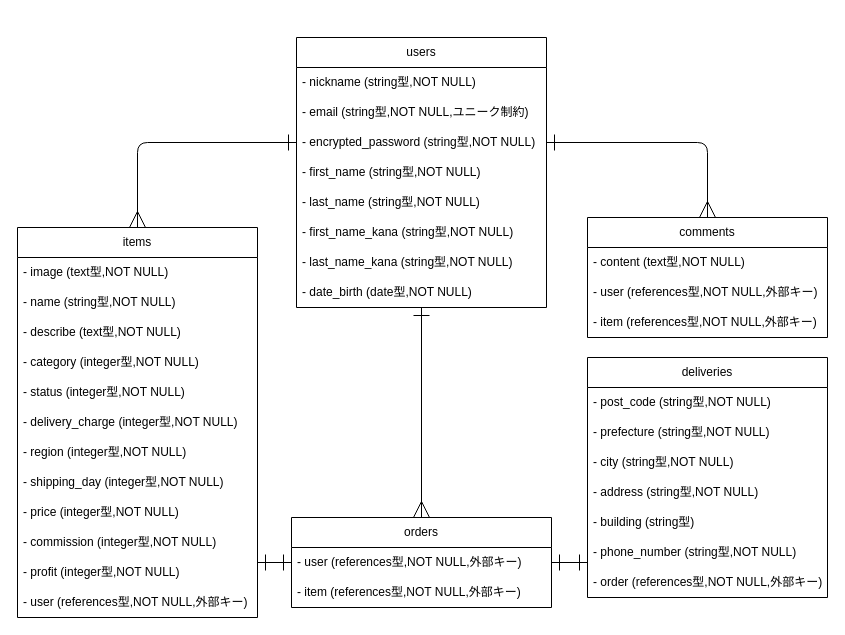
rui1100/furima-39660 keeps this draw.io diagram as furima.dio. Above is the earlier version. Source tidied: cells renumbered, new cells numbered last; positions are measured from the earlier drawing's top-left corner, leaving out a move shared by most shapes. Both pictures are drawn from the tidied source at 100%, with x=0, y=0 at pixel (17, 37).
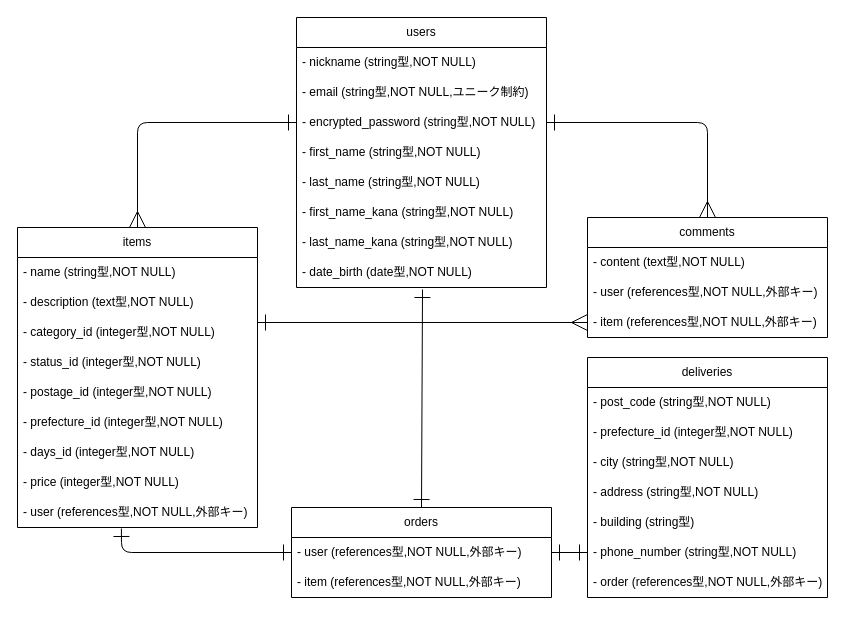
After the change.

Commit message (it also covers changes not shown here):
データベース設計_修正_1202_2

Unchanged cells that the change refers to:
```xml
<mxCell id="5" value="- encrypted_password&amp;nbsp;(string型,NOT NULL)" style="text;strokeColor=none;fillColor=none;align=left;verticalAlign=middle;spacingLeft=4;spacingRight=4;overflow=hidden;points=[[0,0.5],[1,0.5]];portConstraint=eastwest;whiteSpace=wrap;html=1;" parent="2" vertex="1">
  <mxGeometry y="90" width="250" height="30" as="geometry" />
</mxCell>
<mxCell id="10" value="- date_birth&amp;nbsp;(date型,NOT NULL)" style="text;strokeColor=none;fillColor=none;align=left;verticalAlign=middle;spacingLeft=4;spacingRight=4;overflow=hidden;points=[[0,0.5],[1,0.5]];portConstraint=eastwest;whiteSpace=wrap;html=1;" parent="2" vertex="1">
  <mxGeometry y="240" width="250" height="30" as="geometry" />
</mxCell>
<mxCell id="25" value="- user (references型,NOT NULL,外部キー)" style="text;strokeColor=none;fillColor=none;align=left;verticalAlign=middle;spacingLeft=4;spacingRight=4;overflow=hidden;points=[[0,0.5],[1,0.5]];portConstraint=eastwest;whiteSpace=wrap;html=1;" parent="24" vertex="1">
  <mxGeometry y="30" width="260" height="30" as="geometry" />
</mxCell>
<mxCell id="27" value="deliveries" style="swimlane;fontStyle=0;horizontal=1;startSize=30;whiteSpace=wrap;html=1;" parent="1" vertex="1">
  <mxGeometry x="570" y="320" width="240" height="240" as="geometry" />
</mxCell>
<mxCell id="33" value="- phone_number (string型,NOT NULL)" style="text;strokeColor=none;fillColor=none;align=left;verticalAlign=middle;spacingLeft=4;spacingRight=4;overflow=hidden;points=[[0,0.5],[1,0.5]];portConstraint=eastwest;whiteSpace=wrap;html=1;" parent="27" vertex="1">
  <mxGeometry y="180" width="240" height="30" as="geometry" />
</mxCell>
<mxCell id="35" value="comments" style="swimlane;fontStyle=0;horizontal=1;startSize=30;whiteSpace=wrap;html=1;" parent="1" vertex="1">
  <mxGeometry x="570" y="180" width="240" height="120" as="geometry" />
</mxCell>
<mxCell id="38" value="- item (references型,NOT NULL,外部キー)" style="text;strokeColor=none;fillColor=none;align=left;verticalAlign=middle;spacingLeft=4;spacingRight=4;overflow=hidden;points=[[0,0.5],[1,0.5]];portConstraint=eastwest;whiteSpace=wrap;html=1;" parent="35" vertex="1">
  <mxGeometry y="90" width="240" height="30" as="geometry" />
</mxCell>
```

Change to the diagram source:
```diff
@@
     <mxCell id="2" value="users" style="swimlane;fontStyle=0;horizontal=1;startSize=30;whiteSpace=wrap;html=1;" parent="1" vertex="1">
-      <mxGeometry x="279" width="250" height="270" as="geometry" />
+      <mxGeometry x="279" y="-20" width="250" height="270" as="geometry" />
     </mxCell>
@@
     <mxCell id="11" value="items" style="swimlane;fontStyle=0;horizontal=1;startSize=30;whiteSpace=wrap;html=1;" parent="1" vertex="1">
-      <mxGeometry y="190" width="240" height="390" as="geometry" />
+      <mxGeometry y="190" width="240" height="300" as="geometry" />
     </mxCell>
-    <mxCell id="12" value="- image (text型,NOT NULL)" style="text;strokeColor=none;fillColor=none;align=left;verticalAlign=middle;spacingLeft=4;spacingRight=4;overflow=hidden;whiteSpace=wrap;html=1;" parent="11" vertex="1">
-      <mxGeometry y="30" width="240" height="30" as="geometry" />
-    </mxCell>
     <mxCell id="13" value="- name&amp;nbsp;(string型,NOT NULL)" style="text;strokeColor=none;fillColor=none;align=left;verticalAlign=middle;spacingLeft=4;spacingRight=4;overflow=hidden;whiteSpace=wrap;html=1;" parent="11" vertex="1">
-      <mxGeometry y="60" width="240" height="30" as="geometry" />
+      <mxGeometry y="30" width="240" height="30" as="geometry" />
     </mxCell>
-    <mxCell id="14" value="- describe&amp;nbsp;(text型,NOT NULL)" style="text;strokeColor=none;fillColor=none;align=left;verticalAlign=middle;spacingLeft=4;spacingRight=4;overflow=hidden;whiteSpace=wrap;html=1;" parent="11" vertex="1">
-      <mxGeometry y="90" width="240" height="30" as="geometry" />
+    <mxCell id="14" value="- description (text型,NOT NULL)" style="text;strokeColor=none;fillColor=none;align=left;verticalAlign=middle;spacingLeft=4;spacingRight=4;overflow=hidden;whiteSpace=wrap;html=1;" parent="11" vertex="1">
+      <mxGeometry y="60" width="240" height="30" as="geometry" />
     </mxCell>
-    <mxCell id="15" value="- category (integer型,NOT NULL)" style="text;strokeColor=none;fillColor=none;align=left;verticalAlign=middle;spacingLeft=4;spacingRight=4;overflow=hidden;whiteSpace=wrap;html=1;" parent="11" vertex="1">
-      <mxGeometry y="120" width="240" height="30" as="geometry" />
+    <mxCell id="15" value="- category_id (integer型,NOT NULL)" style="text;strokeColor=none;fillColor=none;align=left;verticalAlign=middle;spacingLeft=4;spacingRight=4;overflow=hidden;whiteSpace=wrap;html=1;" parent="11" vertex="1">
+      <mxGeometry y="90" width="240" height="30" as="geometry" />
     </mxCell>
-    <mxCell id="16" value="- status (integer型,NOT NULL)" style="text;strokeColor=none;fillColor=none;align=left;verticalAlign=middle;spacingLeft=4;spacingRight=4;overflow=hidden;whiteSpace=wrap;html=1;" parent="11" vertex="1">
-      <mxGeometry y="150" width="240" height="30" as="geometry" />
+    <mxCell id="16" value="- status_id (integer型,NOT NULL)" style="text;strokeColor=none;fillColor=none;align=left;verticalAlign=middle;spacingLeft=4;spacingRight=4;overflow=hidden;whiteSpace=wrap;html=1;" parent="11" vertex="1">
+      <mxGeometry y="120" width="240" height="30" as="geometry" />
     </mxCell>
-    <mxCell id="17" value="- delivery_charge (integer型,NOT NULL)" style="text;strokeColor=none;fillColor=none;align=left;verticalAlign=middle;spacingLeft=4;spacingRight=4;overflow=hidden;whiteSpace=wrap;html=1;" parent="11" vertex="1">
-      <mxGeometry y="180" width="240" height="30" as="geometry" />
+    <mxCell id="17" value="- postage_id (integer型,NOT NULL)" style="text;strokeColor=none;fillColor=none;align=left;verticalAlign=middle;spacingLeft=4;spacingRight=4;overflow=hidden;whiteSpace=wrap;html=1;" parent="11" vertex="1">
+      <mxGeometry y="150" width="240" height="30" as="geometry" />
     </mxCell>
-    <mxCell id="18" value="- region&amp;nbsp;(integer型,NOT NULL)" style="text;strokeColor=none;fillColor=none;align=left;verticalAlign=middle;spacingLeft=4;spacingRight=4;overflow=hidden;whiteSpace=wrap;html=1;" parent="11" vertex="1">
-      <mxGeometry y="210" width="240" height="30" as="geometry" />
+    <mxCell id="18" value="- prefecture_id (integer型,NOT NULL)" style="text;strokeColor=none;fillColor=none;align=left;verticalAlign=middle;spacingLeft=4;spacingRight=4;overflow=hidden;whiteSpace=wrap;html=1;" parent="11" vertex="1">
+      <mxGeometry y="180" width="240" height="30" as="geometry" />
     </mxCell>
-    <mxCell id="19" value="- shipping_day (integer型,NOT NULL)" style="text;strokeColor=none;fillColor=none;align=left;verticalAlign=middle;spacingLeft=4;spacingRight=4;overflow=hidden;whiteSpace=wrap;html=1;" parent="11" vertex="1">
-      <mxGeometry y="240" width="240" height="30" as="geometry" />
+    <mxCell id="19" value="- days_id (integer型,NOT NULL)" style="text;strokeColor=none;fillColor=none;align=left;verticalAlign=middle;spacingLeft=4;spacingRight=4;overflow=hidden;whiteSpace=wrap;html=1;" parent="11" vertex="1">
+      <mxGeometry y="210" width="240" height="30" as="geometry" />
     </mxCell>
     <mxCell id="20" value="- price&amp;nbsp;(integer型,NOT NULL)" style="text;strokeColor=none;fillColor=none;align=left;verticalAlign=middle;spacingLeft=4;spacingRight=4;overflow=hidden;whiteSpace=wrap;html=1;" parent="11" vertex="1">
-      <mxGeometry y="270" width="240" height="30" as="geometry" />
+      <mxGeometry y="240" width="240" height="30" as="geometry" />
     </mxCell>
-    <mxCell id="21" value="- commission (integer型,NOT NULL)" style="text;strokeColor=none;fillColor=none;align=left;verticalAlign=middle;spacingLeft=4;spacingRight=4;overflow=hidden;whiteSpace=wrap;html=1;" parent="11" vertex="1">
-      <mxGeometry y="300" width="240" height="30" as="geometry" />
-    </mxCell>
-    <mxCell id="22" value="- profit (integer型,NOT NULL)" style="text;strokeColor=none;fillColor=none;align=left;verticalAlign=middle;spacingLeft=4;spacingRight=4;overflow=hidden;whiteSpace=wrap;html=1;" parent="11" vertex="1">
-      <mxGeometry y="330" width="240" height="30" as="geometry" />
-    </mxCell>
     <mxCell id="23" value="- user (references型,NOT NULL,外部キー)" style="text;strokeColor=none;fillColor=none;align=left;verticalAlign=middle;spacingLeft=4;spacingRight=4;overflow=hidden;points=[[0,0.5],[1,0.5]];portConstraint=eastwest;whiteSpace=wrap;html=1;" parent="11" vertex="1">
-      <mxGeometry y="360" width="240" height="30" as="geometry" />
+      <mxGeometry y="270" width="240" height="30" as="geometry" />
     </mxCell>
     <mxCell id="24" value="orders" style="swimlane;fontStyle=0;horizontal=1;startSize=30;whiteSpace=wrap;html=1;" parent="1" vertex="1">
-      <mxGeometry x="274" y="480" width="260" height="90" as="geometry" />
+      <mxGeometry x="274" y="470" width="260" height="90" as="geometry" />
     </mxCell>
@@
-    <mxCell id="29" value="- prefecture (string型,NOT NULL)" style="text;strokeColor=none;fillColor=none;align=left;verticalAlign=middle;spacingLeft=4;spacingRight=4;overflow=hidden;whiteSpace=wrap;html=1;" parent="27" vertex="1">
+    <mxCell id="29" value="- prefecture_id (integer型,NOT NULL)" style="text;strokeColor=none;fillColor=none;align=left;verticalAlign=middle;spacingLeft=4;spacingRight=4;overflow=hidden;whiteSpace=wrap;html=1;" parent="27" vertex="1">
       <mxGeometry y="60" width="240" height="30" as="geometry" />
     </mxCell>
@@
     <mxCell id="39" style="edgeStyle=none;html=1;exitX=0;exitY=0.5;exitDx=0;exitDy=0;startArrow=ERone;startFill=0;endArrow=ERmany;endFill=0;startSize=14;endSize=14;entryX=0.5;entryY=0;entryDx=0;entryDy=0;" parent="1" edge="1" source="5" target="11">
       <mxGeometry relative="1" as="geometry">
         <Array as="points">
-          <mxPoint x="120" y="105" />
+          <mxPoint x="120" y="85" />
         </Array>
       </mxGeometry>
     </mxCell>
     <mxCell id="40" style="edgeStyle=none;html=1;exitX=1;exitY=0.5;exitDx=0;exitDy=0;entryX=0.5;entryY=0;entryDx=0;entryDy=0;startArrow=ERone;startFill=0;endArrow=ERmany;endFill=0;startSize=14;endSize=14;" parent="1" edge="1" source="5" target="35">
       <mxGeometry relative="1" as="geometry">
         <Array as="points">
-          <mxPoint x="690" y="105" />
+          <mxPoint x="690" y="85" />
         </Array>
       </mxGeometry>
     </mxCell>
-    <mxCell id="41" style="edgeStyle=none;html=1;exitX=0.5;exitY=0;exitDx=0;exitDy=0;startArrow=ERmany;startFill=0;endArrow=ERone;endFill=0;startSize=14;endSize=14;" parent="1" edge="1" source="24">
-      <mxGeometry relative="1" as="geometry">
-        <mxPoint x="404" y="270" as="targetPoint" />
-      </mxGeometry>
+    <mxCell id="41" style="edgeStyle=none;html=1;exitX=0.5;exitY=0;exitDx=0;exitDy=0;startArrow=ERone;startFill=0;endArrow=ERone;endFill=0;startSize=14;endSize=14;entryX=0.504;entryY=1.067;entryDx=0;entryDy=0;entryPerimeter=0;" parent="1" edge="1" source="24" target="10">
+      <mxGeometry relative="1" as="geometry" />
     </mxCell>
-    <mxCell id="42" style="edgeStyle=none;html=1;exitX=0;exitY=0.5;exitDx=0;exitDy=0;startArrow=ERone;startFill=0;endArrow=ERone;endFill=0;startSize=14;endSize=14;" parent="1" edge="1" source="25">
+    <mxCell id="42" style="edgeStyle=none;html=1;exitX=0;exitY=0.5;exitDx=0;exitDy=0;startArrow=ERone;startFill=0;endArrow=ERone;endFill=0;startSize=14;endSize=14;entryX=0.433;entryY=1.033;entryDx=0;entryDy=0;entryPerimeter=0;" parent="1" edge="1" source="25" target="23">
       <mxGeometry relative="1" as="geometry">
-        <mxPoint x="240" y="525" as="targetPoint" />
+        <Array as="points">
+          <mxPoint x="104" y="515" />
+        </Array>
       </mxGeometry>
     </mxCell>
-    <mxCell id="43" style="edgeStyle=none;html=1;exitX=1;exitY=0.5;exitDx=0;exitDy=0;startArrow=ERone;startFill=0;endArrow=ERone;endFill=0;startSize=14;endSize=14;" parent="1" edge="1" source="25">
-      <mxGeometry relative="1" as="geometry">
-        <mxPoint x="570" y="525" as="targetPoint" />
-      </mxGeometry>
+    <mxCell id="43" style="edgeStyle=none;html=1;exitX=1;exitY=0.5;exitDx=0;exitDy=0;startArrow=ERone;startFill=0;endArrow=ERone;endFill=0;startSize=14;endSize=14;entryX=0;entryY=0.5;entryDx=0;entryDy=0;" parent="1" edge="1" source="25" target="33">
+      <mxGeometry relative="1" as="geometry" />
     </mxCell>
+    <mxCell id="44" style="edgeStyle=none;html=1;exitX=0;exitY=0.5;exitDx=0;exitDy=0;endArrow=ERone;endFill=0;startArrow=ERmany;startFill=0;endSize=14;startSize=14;" parent="1" edge="1" source="38">
+      <mxGeometry relative="1" as="geometry">
+        <mxPoint x="240" y="285" as="targetPoint" />
+      </mxGeometry>
+    </mxCell>
```
